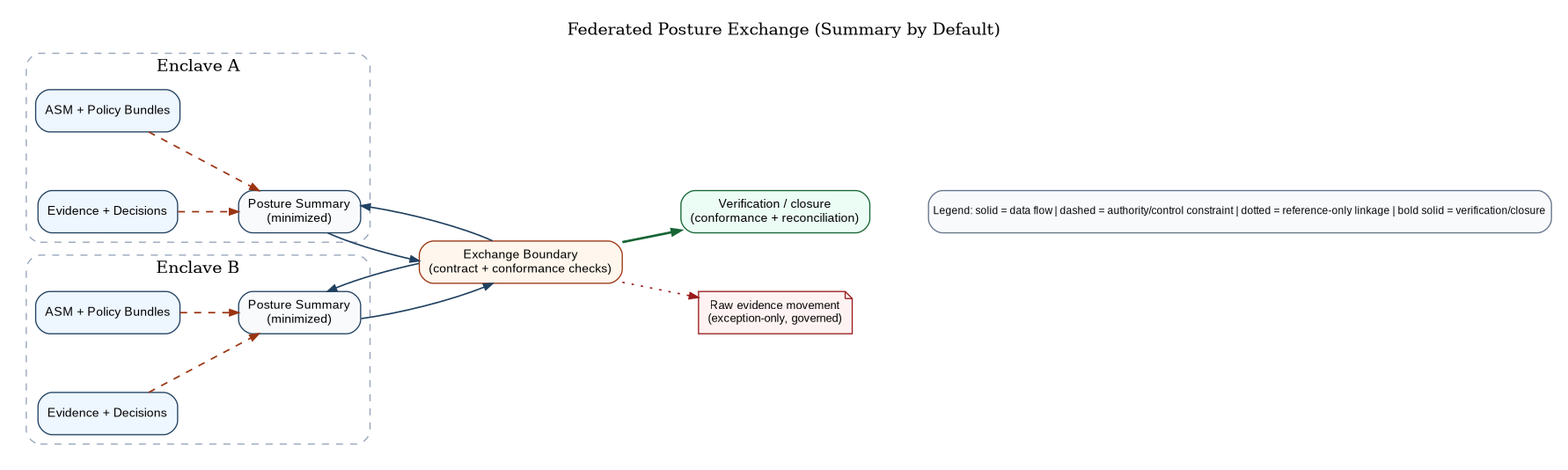
This is papers/caf-ra/diagrams/caf_federation_exchange.png from anboas/Whitepaper, a Graphviz export, as it was before one commit. Its source is kept beside it as papers/caf-ra/diagrams-src/caf_federation_exchange.dot.
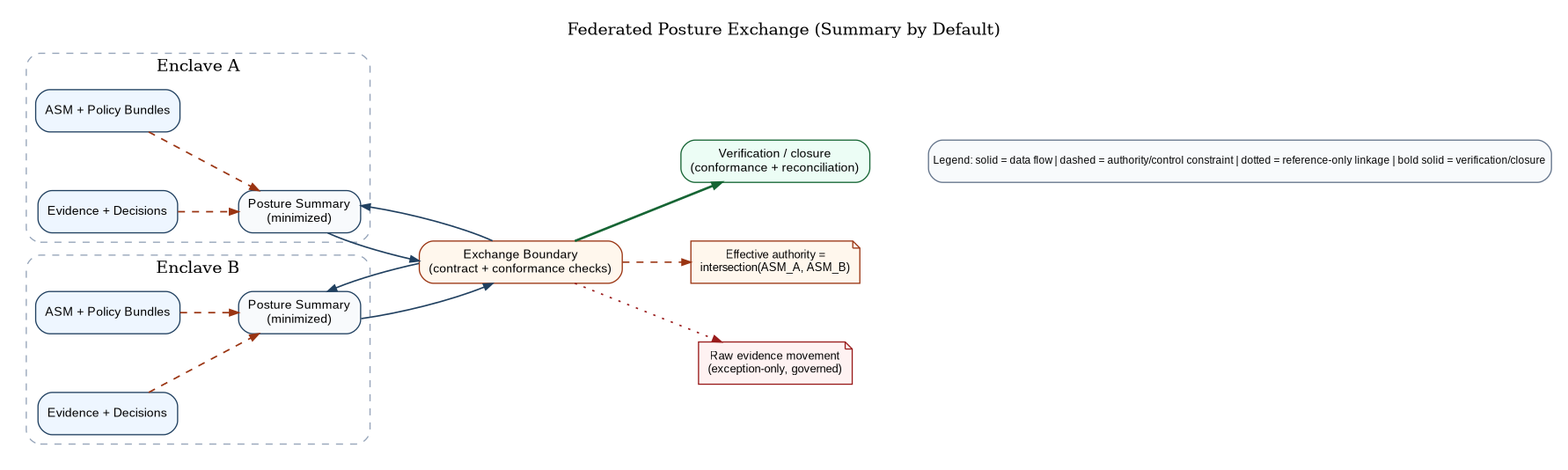
Above is the later version.

Diff of the diagram source:
```diff
@@ -45,6 +45,9 @@
   Conformance [label="Verification / closure\n(conformance + reconciliation)", fillcolor="#ECFDF5", color="#166534"];
   Broker -> Conformance [style=bold, color="#166534", penwidth=2.0];
 
+  Intersection [label="Effective authority =\nintersection(ASM_A, ASM_B)", shape=note, fillcolor="#FFF7ED", color="#9A3412", fontsize=9.6];
+  Broker -> Intersection [style=dashed, color="#9A3412", penwidth=1.2];
+
   RawMove [label="Raw evidence movement\n(exception-only, governed)", shape=note, fillcolor="#FEF2F2", color="#991B1B", fontname="Arial", fontsize=10];
   Broker -> RawMove [style=dotted, color="#991B1B"];
 
```
